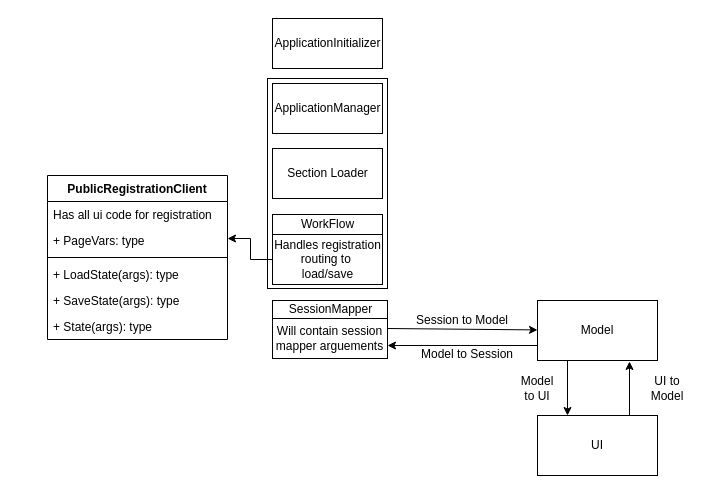
Before: PublicRegistrationClassDiagram.drawio in shelbyharris/Registration, a draw.io diagram. Source tidied: cells renumbered, new cells numbered last; positions are measured from the earlier drawing's top-left corner, leaving out a move shared by most shapes. Both pictures are drawn from the tidied source at 100%, with x=0, y=0 at pixel (47, 18).
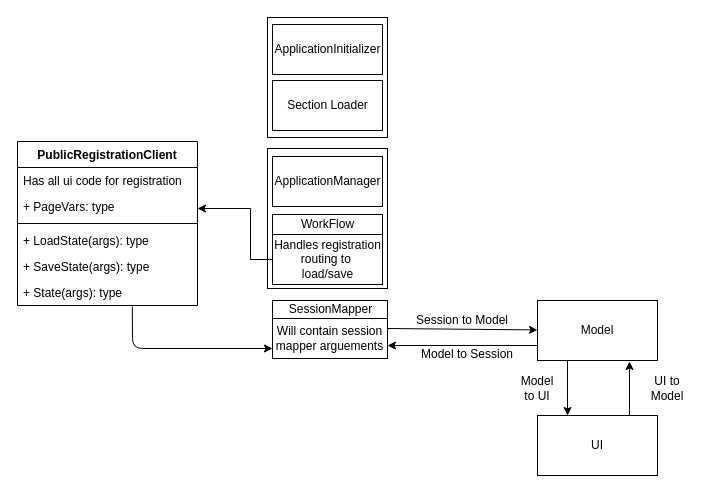
After the change.

The change refers to these unchanged cells:
```xml
<mxCell id="9" value="+ State(args): type" style="text;strokeColor=none;fillColor=none;align=left;verticalAlign=top;spacingLeft=4;spacingRight=4;overflow=hidden;points=[[0,0.5],[1,0.5]];portConstraint=eastwest;" parent="3" vertex="1">
  <mxGeometry y="138" width="180" height="26" as="geometry" />
</mxCell>
<mxCell id="15" value="Handles registration&lt;br&gt;routing to&amp;nbsp;&lt;br&gt;load/save" style="html=1;" parent="1" vertex="1">
  <mxGeometry x="225" y="216" width="110" height="50" as="geometry" />
</mxCell>
<mxCell id="17" value="Will contain session mapper arguements" style="rounded=0;whiteSpace=wrap;html=1;" parent="1" vertex="1">
  <mxGeometry x="225" y="300" width="115" height="40" as="geometry" />
</mxCell>
```

Change to the diagram source:
```diff
@@
+    <mxCell id="28" style="whiteSpace=wrap;html=1;" parent="1" vertex="1">
+      <mxGeometry x="220" y="-1" width="120" height="120" as="geometry" />
+    </mxCell>
     <mxCell id="2" style="rounded=0;whiteSpace=wrap;html=1;" parent="1" vertex="1">
-      <mxGeometry x="220" y="60" width="120" height="210" as="geometry" />
+      <mxGeometry x="220" y="130" width="120" height="140" as="geometry" />
     </mxCell>
     <mxCell id="3" value="PublicRegistrationClient" style="swimlane;fontStyle=1;align=center;verticalAlign=top;horizontal=1;startSize=26;" parent="1" vertex="1">
-      <mxGeometry y="157" width="180" height="164" as="geometry" />
+      <mxGeometry x="-30" y="123" width="180" height="164" as="geometry" />
     </mxCell>
@@
     <mxCell id="12" value="ApplicationInitializer" style="html=1;" parent="1" vertex="1">
-      <mxGeometry x="225" width="110" height="50" as="geometry" />
+      <mxGeometry x="225" y="6" width="110" height="50" as="geometry" />
     </mxCell>
     <mxCell id="13" value="ApplicationManager" style="html=1;" parent="1" vertex="1">
-      <mxGeometry x="225" y="65" width="110" height="50" as="geometry" />
+      <mxGeometry x="225" y="138" width="110" height="50" as="geometry" />
     </mxCell>
     <mxCell id="14" style="edgeStyle=orthogonalEdgeStyle;rounded=0;jettySize=auto;html=1;" parent="1" edge="1" source="15" target="3">
       <mxGeometry relative="1" as="geometry">
         <Array as="points">
           <mxPoint x="203" y="241" />
-          <mxPoint x="203" y="220" />
+          <mxPoint x="203" y="190" />
         </Array>
       </mxGeometry>
     </mxCell>
@@
     <mxCell id="16" value="Section Loader" style="html=1;" parent="1" vertex="1">
-      <mxGeometry x="225" y="130" width="110" height="50" as="geometry" />
+      <mxGeometry x="225" y="62" width="110" height="50" as="geometry" />
     </mxCell>
@@
+    <mxCell id="29" style="endArrow=classic;html=1;exitX=0.638;exitY=1.031;exitDx=0;exitDy=0;exitPerimeter=0;entryX=0;entryY=0.75;entryDx=0;entryDy=0;" parent="1" edge="1" source="9" target="17">
+      <mxGeometry relative="1" as="geometry">
+        <Array as="points">
+          <mxPoint x="85" y="330" />
+        </Array>
+      </mxGeometry>
+    </mxCell>
```
